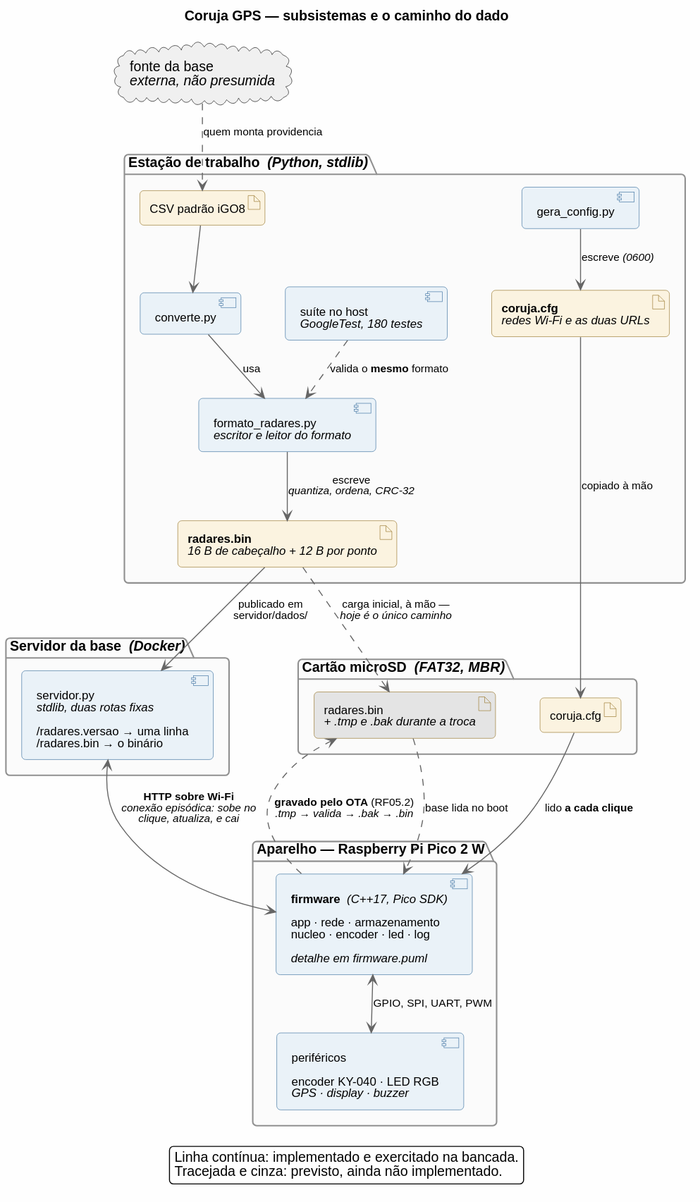
The PlantUML diagram docs/arquitetura.svg in paulovitorbal/coruja_gps, before a commit.
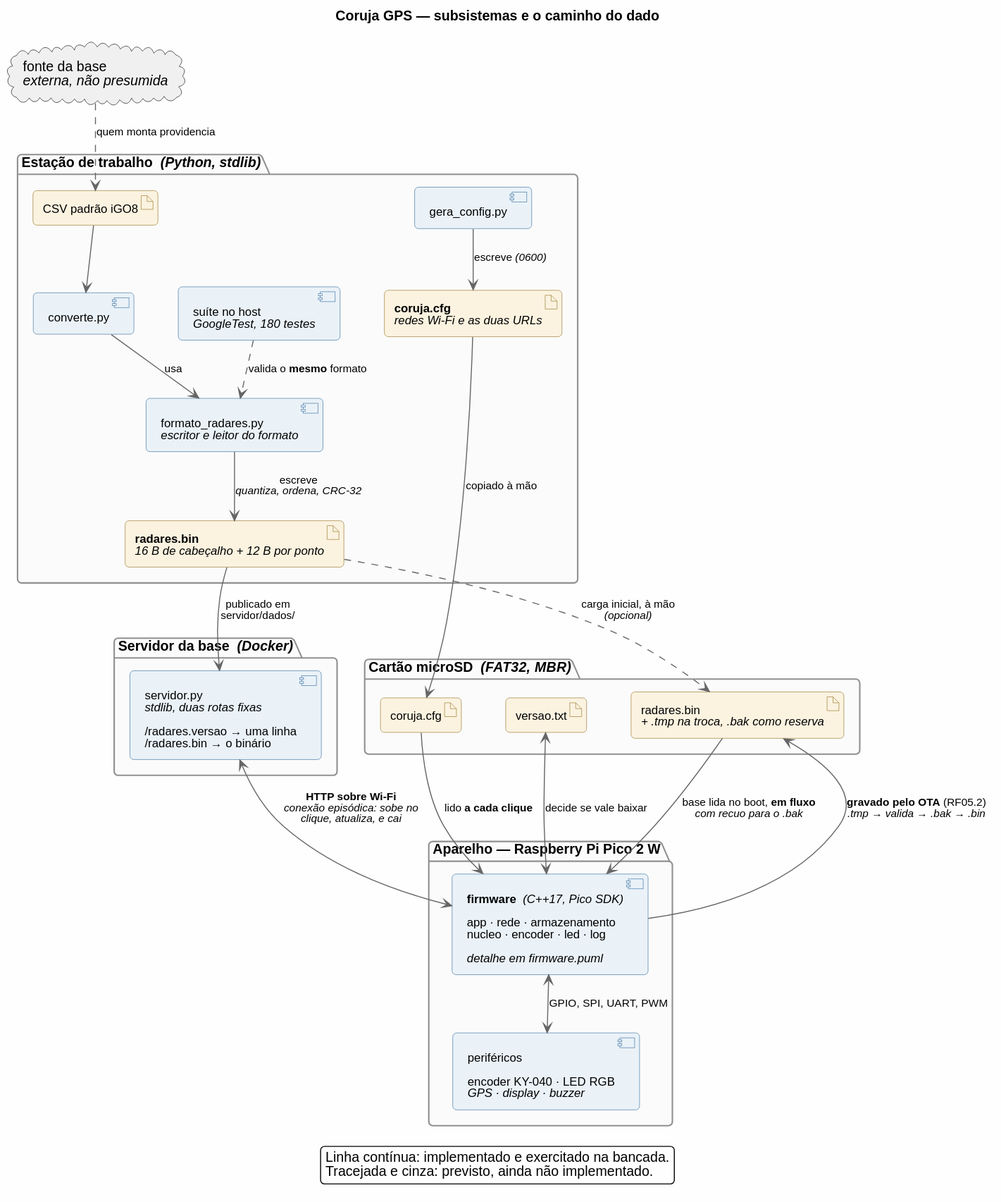
After the change.

The edit, as a diff of the source:
```diff
@@ -44,7 +44,8 @@
 
 package "Cartão microSD  //(FAT32, MBR)//" as cartao {
   artifact "coruja.cfg" as cfg_cartao
-  artifact "radares.bin\n//+ .tmp e .bak durante a troca//" as bin_cartao #E4E4E4
+  artifact "radares.bin\n//+ .tmp na troca, .bak como reserva//" as bin_cartao
+  artifact "versao.txt" as versao_cartao
 }
 
 package "Aparelho — Raspberry Pi Pico 2 W" as aparelho {
@@ -61,12 +62,13 @@
 
 binario --> api : publicado em\nservidor/dados/
 cfg --> cfg_cartao : copiado à mão
-binario ..> bin_cartao : carga inicial, à mão —\n//hoje é o único caminho//
+binario ..> bin_cartao : carga inicial, à mão\n//(opcional)//
 
 api <--> fw : **HTTP sobre Wi-Fi**\n//conexão episódica: sobe no//\n//clique, atualiza, e cai//
 cfg_cartao --> fw : lido **a cada clique**
-fw ..> bin_cartao : **gravado pelo OTA** (RF05.2)\n//.tmp → valida → .bak → .bin//
-bin_cartao ..> fw : base lida no boot
+versao_cartao <--> fw : decide se vale baixar
+fw --> bin_cartao : **gravado pelo OTA** (RF05.2)\n//.tmp → valida → .bak → .bin//
+bin_cartao --> fw : base lida no boot, **em fluxo**\n//com recuo para o .bak//
 fw <--> perif : GPIO, SPI, UART, PWM
 
 legend bottom
```
